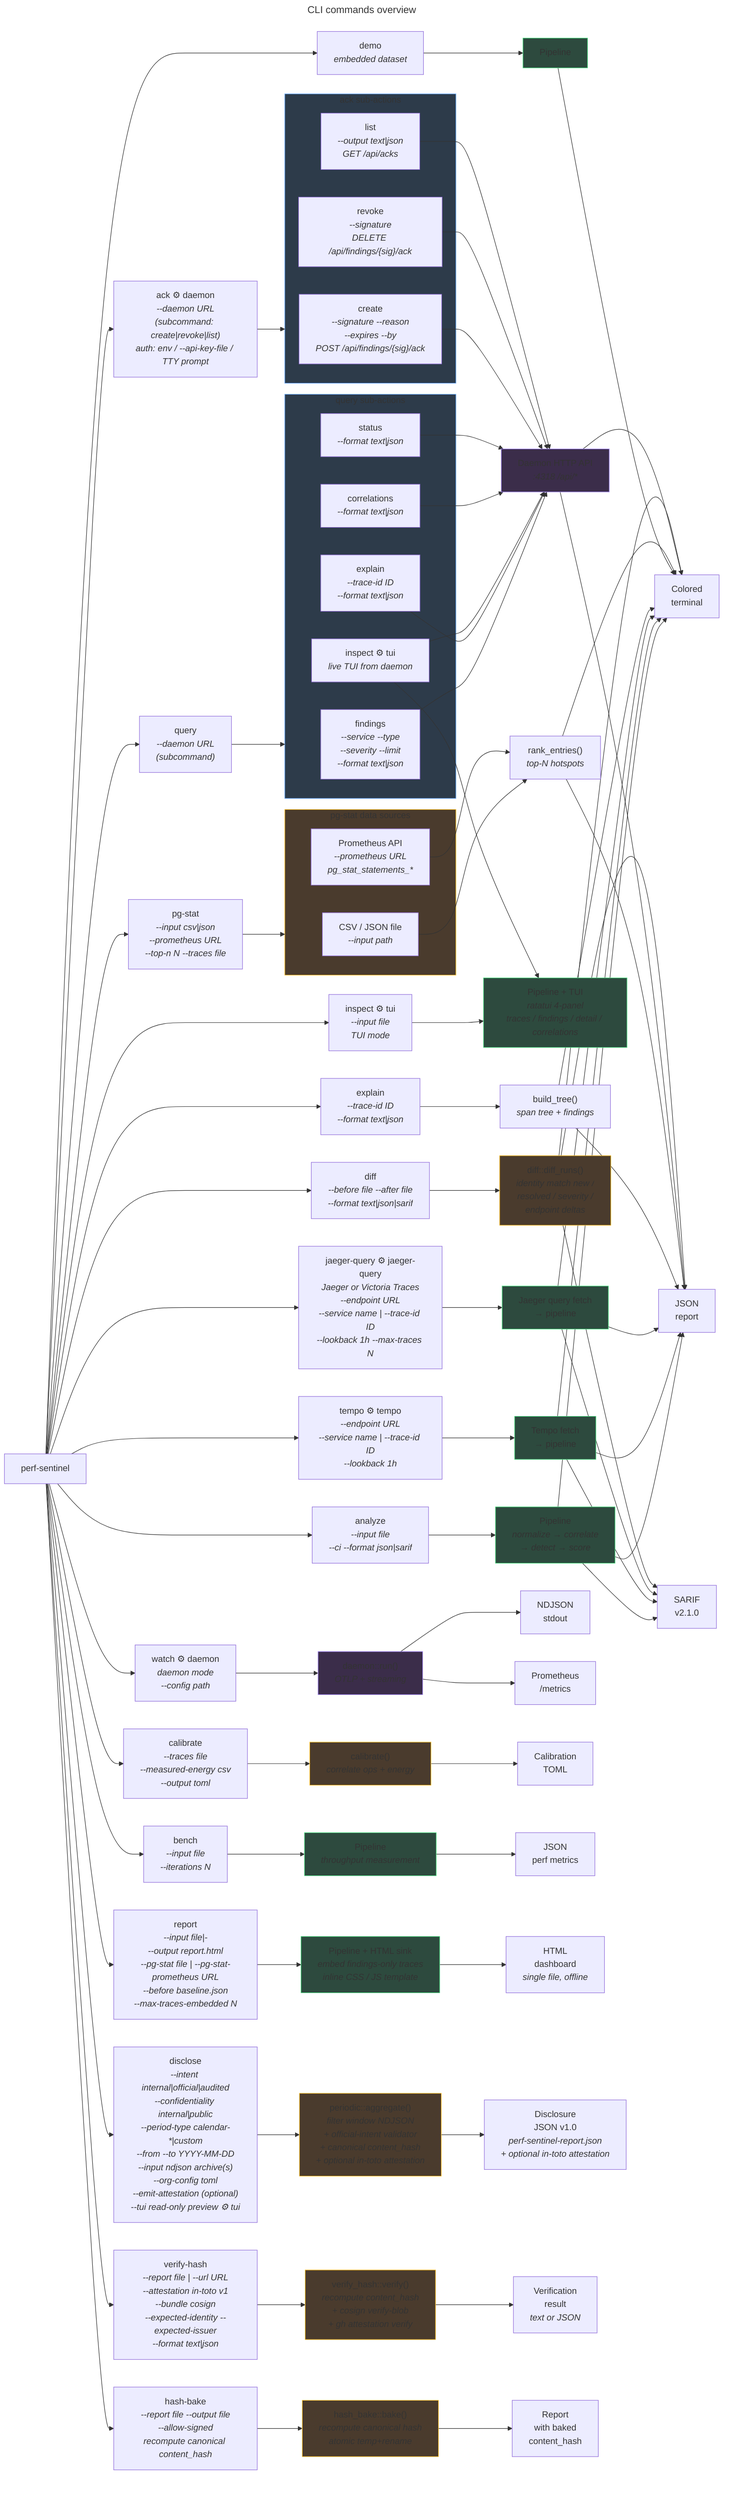
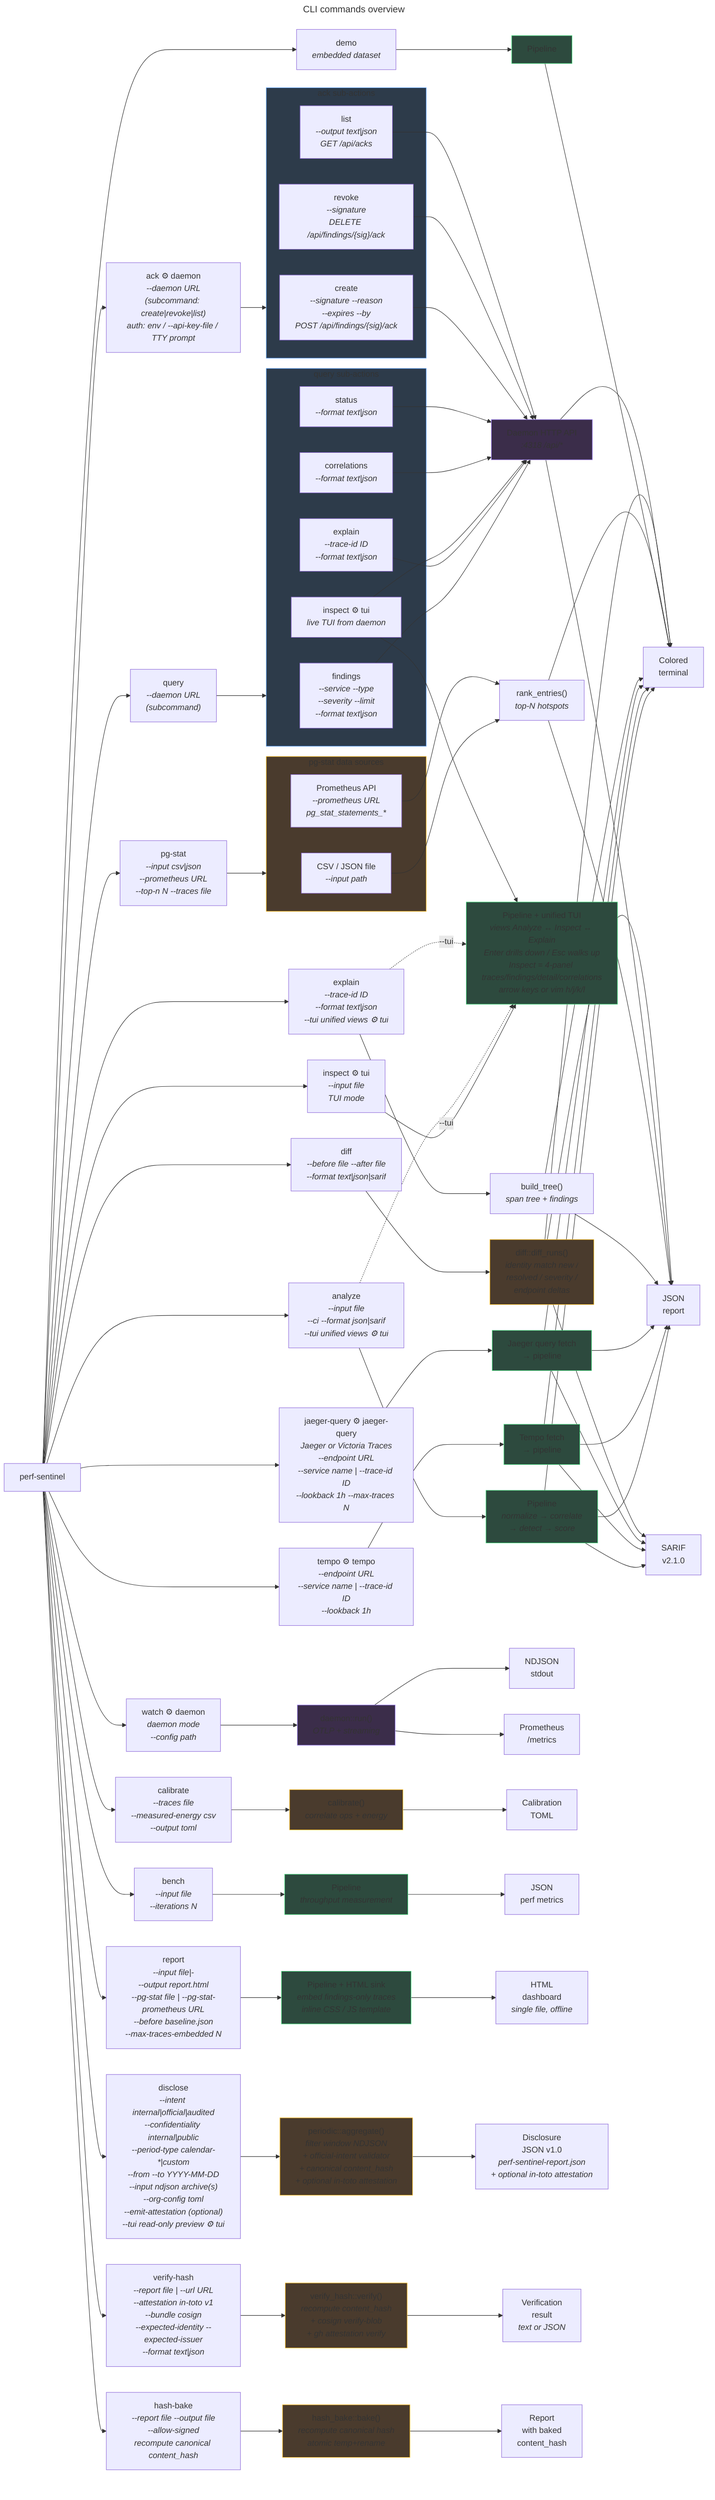
---
title: CLI commands overview
---
flowchart LR
    cli["perf-sentinel"]

-     analyze["analyze<br/><i>--input file<br/>--ci --format json|sarif</i>"]
-     explain["explain<br/><i>--trace-id ID<br/>--format text|json</i>"]
+     analyze["analyze<br/><i>--input file<br/>--ci --format json|sarif<br/>--tui unified views ⚙ tui</i>"]
+     explain["explain<br/><i>--trace-id ID<br/>--format text|json<br/>--tui unified views ⚙ tui</i>"]
    inspect["inspect ⚙ tui<br/><i>--input file<br/>TUI mode</i>"]
    watch["watch ⚙ daemon<br/><i>daemon mode<br/>--config path</i>"]
    demo["demo<br/><i>embedded dataset</i>"]
    bench["bench<br/><i>--input file<br/>--iterations N</i>"]
    pgstat["pg-stat<br/><i>--input csv|json<br/>--prometheus URL<br/>--top-n N --traces file</i>"]
    tempo["tempo ⚙ tempo<br/><i>--endpoint URL<br/>--service name | --trace-id ID<br/>--lookback 1h</i>"]
    jaeger_query["jaeger-query ⚙ jaeger-query<br/><i>Jaeger or Victoria Traces<br/>--endpoint URL<br/>--service name | --trace-id ID<br/>--lookback 1h --max-traces N</i>"]
    calibrate["calibrate<br/><i>--traces file<br/>--measured-energy csv<br/>--output toml</i>"]
    query["query<br/><i>--daemon URL<br/>(subcommand)</i>"]
    ack["ack ⚙ daemon<br/><i>--daemon URL<br/>(subcommand: create|revoke|list)<br/>auth: env / --api-key-file / TTY prompt</i>"]
    report["report<br/><i>--input file|-<br/>--output report.html<br/>--pg-stat file | --pg-stat-prometheus URL<br/>--before baseline.json<br/>--max-traces-embedded N</i>"]
    diff["diff<br/><i>--before file --after file<br/>--format text|json|sarif</i>"]
    disclose["disclose<br/><i>--intent internal|official|audited<br/>--confidentiality internal|public<br/>--period-type calendar-*|custom<br/>--from --to YYYY-MM-DD<br/>--input ndjson archive(s)<br/>--org-config toml<br/>--emit-attestation (optional)<br/>--tui read-only preview ⚙ tui</i>"]
    verify_hash["verify-hash<br/><i>--report file | --url URL<br/>--attestation in-toto v1<br/>--bundle cosign<br/>--expected-identity --expected-issuer<br/>--format text|json</i>"]
    hash_bake["hash-bake<br/><i>--report file --output file<br/>--allow-signed<br/>recompute canonical content_hash</i>"]

    analyze_pipeline["Pipeline<br/><i>normalize &rarr; correlate<br/>&rarr; detect &rarr; score</i>"]
    tempo_pipeline["Tempo fetch<br/>&rarr; pipeline"]
    jaeger_query_pipeline["Jaeger query fetch<br/>&rarr; pipeline"]
-     inspect_pipeline["Pipeline + TUI<br/><i>ratatui 4-panel<br/>traces / findings / detail / correlations</i>"]
+     inspect_pipeline["Pipeline + unified TUI<br/><i>views Analyze &harr; Inspect &harr; Explain<br/>Enter drills down / Esc walks up<br/>Inspect = 4-panel traces/findings/detail/correlations<br/>arrow keys or vim h/j/k/l</i>"]
    demo_pipeline["Pipeline"]
    bench_pipeline["Pipeline<br/><i>throughput measurement</i>"]
    report_pipeline["Pipeline + HTML sink<br/><i>embed findings-only traces<br/>inline CSS / JS template</i>"]
    diff_engine["diff::diff_runs()<br/><i>identity match new /<br/>resolved / severity /<br/>endpoint deltas</i>"]
    tree["build_tree()<br/><i>span tree + findings</i>"]
    daemon["daemon::run()<br/><i>OTLP + streaming</i>"]
    ranking["rank_entries()<br/><i>top-N hotspots</i>"]
    cal_engine["calibrate()<br/><i>correlate ops + energy</i>"]
    disclose_engine["periodic::aggregate()<br/><i>filter window NDJSON<br/>+ official-intent validator<br/>+ canonical content_hash<br/>+ optional in-toto attestation</i>"]
    verify_engine["verify_hash::verify()<br/><i>recompute content_hash<br/>+ cosign verify-blob<br/>+ gh attestation verify</i>"]
    hashbake_engine["hash_bake::bake()<br/><i>recompute canonical hash<br/>atomic temp+rename</i>"]

    subgraph pgstat_sources["pg-stat data sources"]
        pg_file["CSV / JSON file<br/><i>--input path</i>"]
        pg_prom["Prometheus API<br/><i>--prometheus URL<br/>pg_stat_statements_*</i>"]
    end

    subgraph query_actions["query sub-actions"]
        q_findings["findings<br/><i>--service --type<br/>--severity --limit<br/>--format text|json</i>"]
        q_explain["explain<br/><i>--trace-id ID<br/>--format text|json</i>"]
        q_inspect["inspect ⚙ tui<br/><i>live TUI from daemon</i>"]
        q_correlations["correlations<br/><i>--format text|json</i>"]
        q_status["status<br/><i>--format text|json</i>"]
    end

    subgraph ack_actions["ack sub-actions"]
        a_create["create<br/><i>--signature --reason<br/>--expires --by<br/>POST /api/findings/{sig}/ack</i>"]
        a_revoke["revoke<br/><i>--signature<br/>DELETE /api/findings/{sig}/ack</i>"]
        a_list["list<br/><i>--output text|json<br/>GET /api/acks</i>"]
    end

    daemon_api["Daemon HTTP API<br/><i>:4318 /api/*</i>"]

    report_text["Colored<br/>terminal"]
    report_json["JSON<br/>report"]
    report_sarif["SARIF<br/>v2.1.0"]
    report_ndjson["NDJSON<br/>stdout"]
    report_metrics["Prometheus<br/>/metrics"]
    report_toml["Calibration<br/>TOML"]
    report_bench["JSON<br/>perf metrics"]
    report_html["HTML<br/>dashboard<br/><i>single file, offline</i>"]
    report_disclose["Disclosure<br/>JSON v1.0<br/><i>perf-sentinel-report.json<br/>+ optional in-toto attestation</i>"]
    report_verify["Verification<br/>result<br/><i>text or JSON</i>"]
    report_baked["Report<br/>with baked<br/>content_hash"]

    cli --> analyze & explain & inspect & watch & demo & bench & pgstat & tempo & jaeger_query & calibrate & query & ack & report & diff & disclose & verify_hash & hash_bake

    analyze --> analyze_pipeline
    analyze_pipeline --> report_text
    analyze_pipeline --> report_json
    analyze_pipeline --> report_sarif

    tempo --> tempo_pipeline
    tempo_pipeline --> report_text
    tempo_pipeline --> report_json
    tempo_pipeline --> report_sarif

    jaeger_query --> jaeger_query_pipeline
    jaeger_query_pipeline --> report_text
    jaeger_query_pipeline --> report_json
    jaeger_query_pipeline --> report_sarif

    explain --> tree
    tree --> report_text
    tree --> report_json

    inspect --> inspect_pipeline
+     analyze -.->|--tui| inspect_pipeline
+     explain -.->|--tui| inspect_pipeline

    watch --> daemon
    daemon --> report_ndjson
    daemon --> report_metrics

    demo --> demo_pipeline --> report_text

    bench --> bench_pipeline --> report_bench

    pgstat --> pgstat_sources
    pg_file --> ranking
    pg_prom --> ranking
    ranking --> report_text
    ranking --> report_json

    calibrate --> cal_engine --> report_toml

    query --> query_actions
    q_findings --> daemon_api
    q_explain --> daemon_api
    q_inspect --> daemon_api
    q_correlations --> daemon_api
    q_status --> daemon_api
    daemon_api --> report_text
    daemon_api --> report_json
    q_inspect --> inspect_pipeline

    ack --> ack_actions
    a_create --> daemon_api
    a_revoke --> daemon_api
    a_list --> daemon_api

    report --> report_pipeline
    report_pipeline --> report_html

    diff --> diff_engine
    diff_engine --> report_text
    diff_engine --> report_json
    diff_engine --> report_sarif

    disclose --> disclose_engine --> report_disclose
    verify_hash --> verify_engine --> report_verify
    hash_bake --> hashbake_engine --> report_baked

    style analyze_pipeline fill:#2d4a3e,stroke:#4ade80
    style tempo_pipeline fill:#2d4a3e,stroke:#4ade80
    style jaeger_query_pipeline fill:#2d4a3e,stroke:#4ade80
    style demo_pipeline fill:#2d4a3e,stroke:#4ade80
    style bench_pipeline fill:#2d4a3e,stroke:#4ade80
    style inspect_pipeline fill:#2d4a3e,stroke:#4ade80
    style report_pipeline fill:#2d4a3e,stroke:#4ade80
    style diff_engine fill:#4a3b2d,stroke:#fbbf24
    style cal_engine fill:#4a3b2d,stroke:#fbbf24
    style daemon fill:#3b2d4a,stroke:#a78bfa
    style query_actions fill:#2d3b4a,stroke:#60a5fa
    style ack_actions fill:#2d3b4a,stroke:#60a5fa
    style pgstat_sources fill:#4a3b2d,stroke:#fbbf24
    style daemon_api fill:#3b2d4a,stroke:#a78bfa
    style disclose_engine fill:#4a3b2d,stroke:#fbbf24
    style verify_engine fill:#4a3b2d,stroke:#fbbf24
    style hashbake_engine fill:#4a3b2d,stroke:#fbbf24
